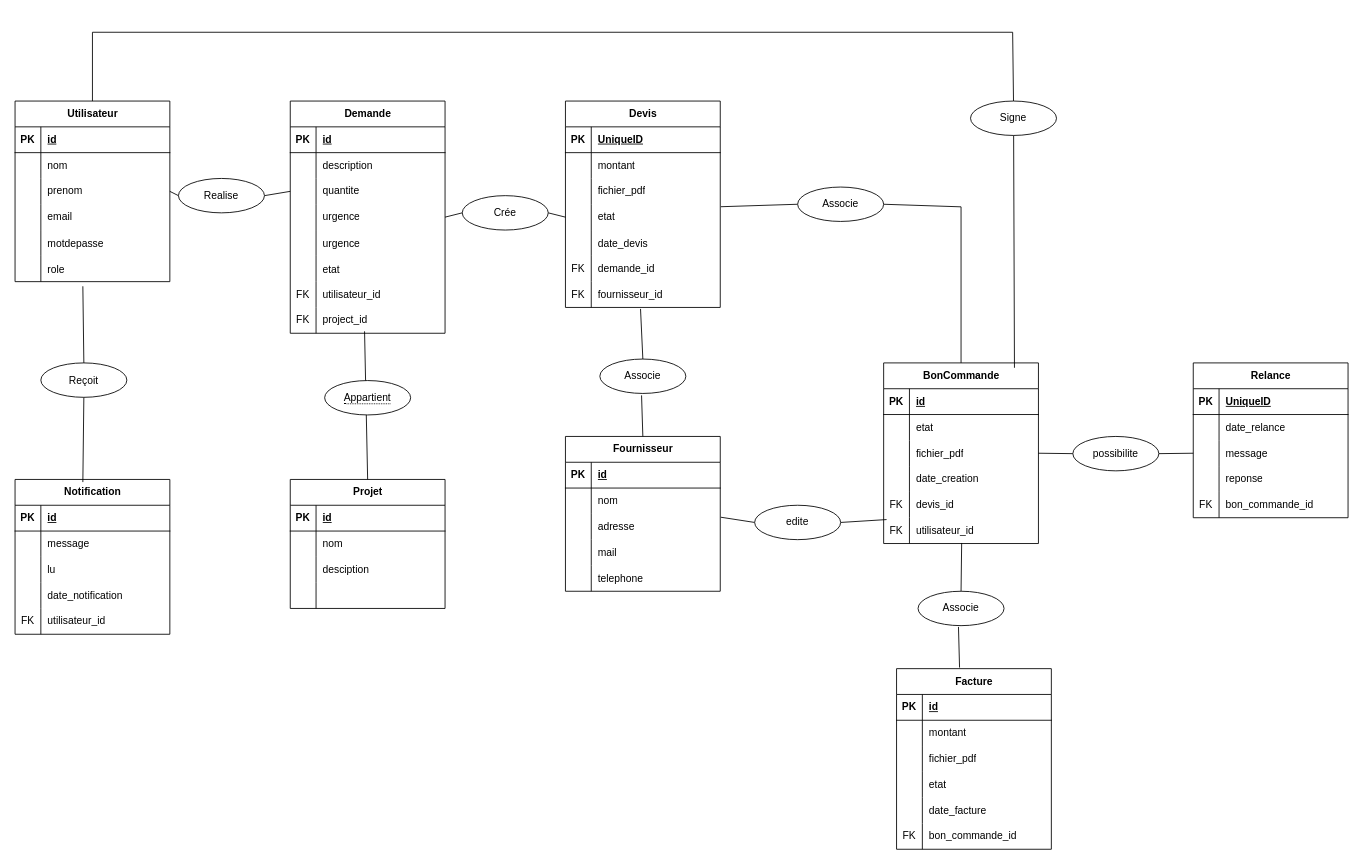
Above: chustage.drawio in JinxYTW/Stage2024 (draw.io), before the change. Source tidied: cells renumbered, new cells numbered last; positions are measured from the earlier drawing's top-left corner, leaving out a move shared by most shapes. Both pictures are drawn from the tidied source at 86%, with x=0, y=0 at pixel (15, 32).
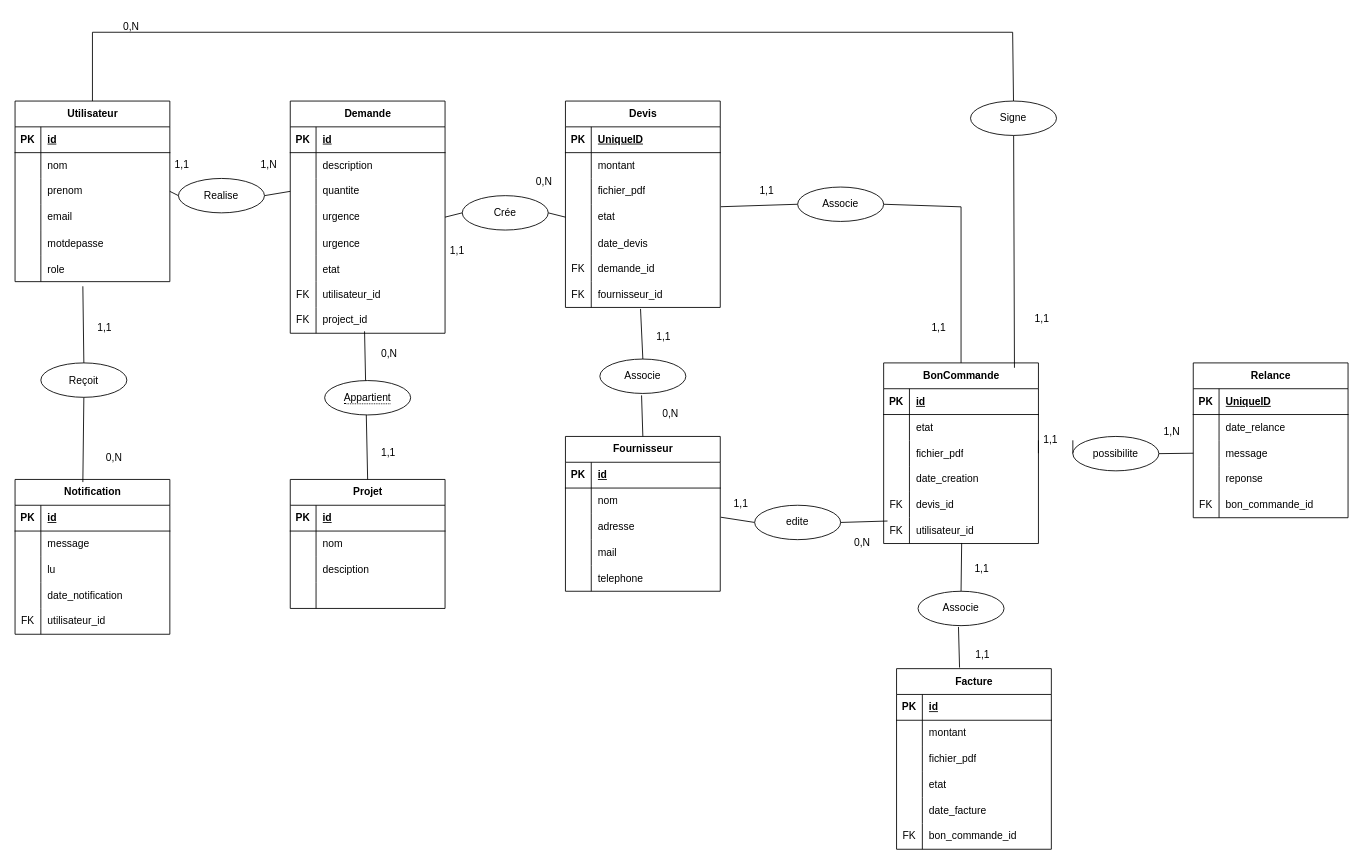
After the change.

Commit message:
Mise en Place Cardinalité

Unchanged cells that the change refers to:
```xml
<mxCell id="120" style="shape=tableRow;horizontal=0;startSize=0;swimlaneHead=0;swimlaneBody=0;fillColor=none;points=[[0,0.5],[1,0.5]];portConstraint=eastwest;top=0;left=0;right=0;bottom=0;" parent="113" vertex="1">
  <mxGeometry y="90" width="180" height="30" as="geometry" />
</mxCell>
<mxCell id="126" style="shape=tableRow;horizontal=0;startSize=0;swimlaneHead=0;swimlaneBody=0;fillColor=none;points=[[0,0.5],[1,0.5]];portConstraint=eastwest;top=0;left=0;right=0;bottom=0;" parent="113" vertex="1">
  <mxGeometry y="150" width="180" height="30" as="geometry" />
</mxCell>
<mxCell id="129" style="shape=tableRow;horizontal=0;startSize=0;swimlaneHead=0;swimlaneBody=0;fillColor=none;points=[[0,0.5],[1,0.5]];portConstraint=eastwest;top=0;left=0;right=0;bottom=0;" parent="113" vertex="1">
  <mxGeometry y="180" width="180" height="30" as="geometry" />
</mxCell>
<mxCell id="187" value="edite" style="ellipse;whiteSpace=wrap;html=1;align=center;" parent="1" vertex="1">
  <mxGeometry x="860" y="550" width="100" height="40" as="geometry" />
</mxCell>
<mxCell id="195" value="possibilite" style="ellipse;whiteSpace=wrap;html=1;align=center;" parent="1" vertex="1">
  <mxGeometry x="1230" y="470" width="100" height="40" as="geometry" />
</mxCell>
```

Change to the diagram source:
```diff
@@
-    <mxCell id="172" style="endArrow=none;html=1;rounded=0;exitX=1;exitY=0.5;exitDx=0;exitDy=0;entryX=0.019;entryY=1.072;entryDx=0;entryDy=0;entryPerimeter=0;" parent="1" edge="1" source="187" target="126">
-      <mxGeometry relative="1" as="geometry" />
-    </mxCell>
@@
-    <mxCell id="194" style="endArrow=none;html=1;rounded=0;exitX=1;exitY=0.5;exitDx=0;exitDy=0;entryX=0;entryY=0.5;entryDx=0;entryDy=0;" parent="1" edge="1" source="120" target="195">
+    <mxCell id="194" style="endArrow=none;html=1;rounded=0;exitX=1;exitY=0.5;exitDx=0;exitDy=0;entryX=0;entryY=0.5;entryDx=0;entryDy=0;" parent="1" edge="1" source="203" target="195">
       <mxGeometry relative="1" as="geometry" />
     </mxCell>
@@
+    <mxCell id="196" value="0,N" style="text;strokeColor=none;fillColor=none;spacingLeft=4;spacingRight=4;overflow=hidden;fontSize=12;whiteSpace=wrap;html=1;" parent="1" vertex="1">
+      <mxGeometry x="100" y="481" width="40" height="30" as="geometry" />
+    </mxCell>
+    <mxCell id="197" value="0,N" style="text;strokeColor=none;fillColor=none;spacingLeft=4;spacingRight=4;overflow=hidden;fontSize=12;whiteSpace=wrap;html=1;" parent="1" vertex="1">
+      <mxGeometry x="420" y="360" width="40" height="30" as="geometry" />
+    </mxCell>
+    <mxCell id="198" value="0,N" style="text;strokeColor=none;fillColor=none;spacingLeft=4;spacingRight=4;overflow=hidden;fontSize=12;whiteSpace=wrap;html=1;" parent="1" vertex="1">
+      <mxGeometry x="120" y="-20" width="40" height="30" as="geometry" />
+    </mxCell>
+    <mxCell id="199" style="endArrow=none;html=1;rounded=0;exitX=1;exitY=0.5;exitDx=0;exitDy=0;entryX=0.025;entryY=0.128;entryDx=0;entryDy=0;entryPerimeter=0;" parent="1" edge="1" source="187" target="129">
+      <mxGeometry relative="1" as="geometry" />
+    </mxCell>
+    <mxCell id="200" value="1,1" style="text;strokeColor=none;fillColor=none;spacingLeft=4;spacingRight=4;overflow=hidden;fontSize=12;whiteSpace=wrap;html=1;" parent="1" vertex="1">
+      <mxGeometry x="1111" y="710" width="40" height="30" as="geometry" />
+    </mxCell>
+    <mxCell id="201" value="1,1" style="text;strokeColor=none;fillColor=none;spacingLeft=4;spacingRight=4;overflow=hidden;fontSize=12;whiteSpace=wrap;html=1;" parent="1" vertex="1">
+      <mxGeometry x="1110" y="610" width="40" height="30" as="geometry" />
+    </mxCell>
+    <mxCell id="202" style="endArrow=none;html=1;rounded=0;exitX=1;exitY=0.5;exitDx=0;exitDy=0;entryX=0;entryY=0.5;entryDx=0;entryDy=0;" parent="1" edge="1" source="120" target="203">
+      <mxGeometry relative="1" as="geometry" />
+    </mxCell>
+    <mxCell id="203" value="1,1" style="text;strokeColor=none;fillColor=none;spacingLeft=4;spacingRight=4;overflow=hidden;points=[[0,0.5],[1,0.5]];portConstraint=eastwest;fontSize=12;whiteSpace=wrap;html=1;" parent="1" vertex="1">
+      <mxGeometry x="1190" y="459.5" width="40" height="30" as="geometry" />
+    </mxCell>
+    <mxCell id="204" value="1,1" style="text;strokeColor=none;fillColor=none;spacingLeft=4;spacingRight=4;overflow=hidden;fontSize=12;whiteSpace=wrap;html=1;" parent="1" vertex="1">
+      <mxGeometry x="830" y="534.5" width="40" height="30" as="geometry" />
+    </mxCell>
+    <mxCell id="205" value="1,1" style="text;strokeColor=none;fillColor=none;spacingLeft=4;spacingRight=4;overflow=hidden;fontSize=12;whiteSpace=wrap;html=1;" parent="1" vertex="1">
+      <mxGeometry x="740" y="340" width="40" height="30" as="geometry" />
+    </mxCell>
+    <mxCell id="206" value="1,1" style="text;strokeColor=none;fillColor=none;spacingLeft=4;spacingRight=4;overflow=hidden;fontSize=12;whiteSpace=wrap;html=1;" parent="1" vertex="1">
+      <mxGeometry x="860" y="170" width="40" height="30" as="geometry" />
+    </mxCell>
+    <mxCell id="207" value="1,1" style="text;strokeColor=none;fillColor=none;spacingLeft=4;spacingRight=4;overflow=hidden;fontSize=12;whiteSpace=wrap;html=1;" parent="1" vertex="1">
+      <mxGeometry x="1060" y="330" width="40" height="30" as="geometry" />
+    </mxCell>
+    <mxCell id="208" value="1,1" style="text;strokeColor=none;fillColor=none;spacingLeft=4;spacingRight=4;overflow=hidden;fontSize=12;whiteSpace=wrap;html=1;" parent="1" vertex="1">
+      <mxGeometry x="1180" y="320" width="40" height="30" as="geometry" />
+    </mxCell>
+    <mxCell id="209" value="1,1" style="text;strokeColor=none;fillColor=none;spacingLeft=4;spacingRight=4;overflow=hidden;fontSize=12;whiteSpace=wrap;html=1;" parent="1" vertex="1">
+      <mxGeometry x="180" y="140" width="40" height="30" as="geometry" />
+    </mxCell>
+    <mxCell id="210" value="1,1" style="text;strokeColor=none;fillColor=none;spacingLeft=4;spacingRight=4;overflow=hidden;fontSize=12;whiteSpace=wrap;html=1;" parent="1" vertex="1">
+      <mxGeometry x="90" y="330" width="40" height="30" as="geometry" />
+    </mxCell>
+    <mxCell id="211" value="1,1" style="text;strokeColor=none;fillColor=none;spacingLeft=4;spacingRight=4;overflow=hidden;fontSize=12;whiteSpace=wrap;html=1;" parent="1" vertex="1">
+      <mxGeometry x="420" y="475" width="40" height="30" as="geometry" />
+    </mxCell>
+    <mxCell id="212" value="1,1" style="text;strokeColor=none;fillColor=none;spacingLeft=4;spacingRight=4;overflow=hidden;fontSize=12;whiteSpace=wrap;html=1;" parent="1" vertex="1">
+      <mxGeometry x="500" y="240" width="40" height="30" as="geometry" />
+    </mxCell>
+    <mxCell id="213" value="0,N" style="text;strokeColor=none;fillColor=none;spacingLeft=4;spacingRight=4;overflow=hidden;fontSize=12;whiteSpace=wrap;html=1;" parent="1" vertex="1">
+      <mxGeometry x="600" y="160" width="40" height="30" as="geometry" />
+    </mxCell>
+    <mxCell id="214" value="0,N" style="text;strokeColor=none;fillColor=none;spacingLeft=4;spacingRight=4;overflow=hidden;fontSize=12;whiteSpace=wrap;html=1;" parent="1" vertex="1">
+      <mxGeometry x="747" y="429.5" width="40" height="30" as="geometry" />
+    </mxCell>
+    <mxCell id="215" value="0,N" style="text;strokeColor=none;fillColor=none;spacingLeft=4;spacingRight=4;overflow=hidden;fontSize=12;whiteSpace=wrap;html=1;" parent="1" vertex="1">
+      <mxGeometry x="970" y="580" width="40" height="30" as="geometry" />
+    </mxCell>
+    <mxCell id="216" value="1,N" style="text;strokeColor=none;fillColor=none;spacingLeft=4;spacingRight=4;overflow=hidden;fontSize=12;whiteSpace=wrap;html=1;" parent="1" vertex="1">
+      <mxGeometry x="1330" y="451" width="40" height="30" as="geometry" />
+    </mxCell>
+    <mxCell id="217" value="1,N" style="text;strokeColor=none;fillColor=none;spacingLeft=4;spacingRight=4;overflow=hidden;fontSize=12;whiteSpace=wrap;html=1;" parent="1" vertex="1">
+      <mxGeometry x="280" y="140" width="40" height="30" as="geometry" />
+    </mxCell>
```
